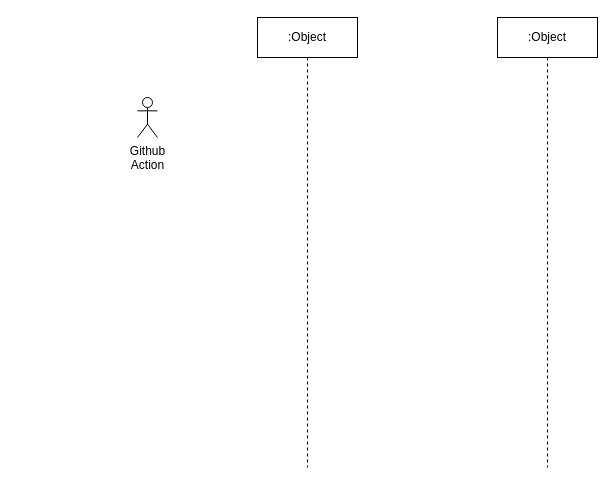
Earlier version of the draw.io diagram Astra Token Rotation.drawio (ncinco/DslApi). Source tidied: cells renumbered, new cells numbered last; positions are measured from the earlier drawing's top-left corner, leaving out a move shared by most shapes. Both pictures are drawn from the tidied source at 100%, with x=0, y=0 at pixel (137, 17).
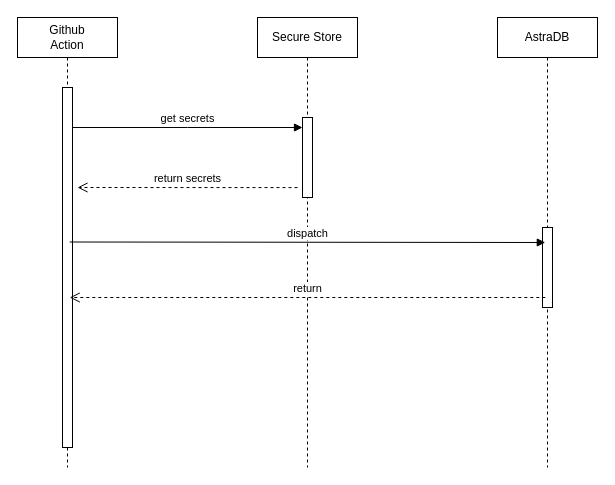
The same diagram, later.

Diff of the diagram source:
```diff
@@
 <mxGraphModel>
   <root>
     <mxCell id="0" />
     <mxCell id="1" parent="0" />
-    <mxCell id="2" value=":Object" style="shape=umlLifeline;perimeter=lifelinePerimeter;whiteSpace=wrap;html=1;outlineConnect=0;portConstraint=eastwest;newEdgeStyle={&quot;edgeStyle&quot;:&quot;elbowEdgeStyle&quot;,&quot;elbow&quot;:&quot;vertical&quot;,&quot;curved&quot;:0,&quot;rounded&quot;:0};" parent="1" vertex="1">
+    <mxCell id="2" value="Secure Store" style="shape=umlLifeline;perimeter=lifelinePerimeter;whiteSpace=wrap;html=1;outlineConnect=0;portConstraint=eastwest;newEdgeStyle={&quot;edgeStyle&quot;:&quot;elbowEdgeStyle&quot;,&quot;elbow&quot;:&quot;vertical&quot;,&quot;curved&quot;:0,&quot;rounded&quot;:0};" parent="1" vertex="1">
       <mxGeometry x="120" width="100" height="450" as="geometry" />
     </mxCell>
+    <mxCell id="5" style="html=1;perimeter=orthogonalPerimeter;targetShapes=umlLifeline;newEdgeStyle={&quot;edgeStyle&quot;:&quot;elbowEdgeStyle&quot;,&quot;elbow&quot;:&quot;vertical&quot;,&quot;curved&quot;:0,&quot;rounded&quot;:0};" parent="2" vertex="1">
+      <mxGeometry x="45" y="100" width="10" height="80" as="geometry" />
+    </mxCell>
+    <mxCell id="4" value="AstraDB" style="shape=umlLifeline;perimeter=lifelinePerimeter;whiteSpace=wrap;html=1;newEdgeStyle={&quot;edgeStyle&quot;:&quot;elbowEdgeStyle&quot;,&quot;elbow&quot;:&quot;vertical&quot;,&quot;curved&quot;:0,&quot;rounded&quot;:0};" parent="1" vertex="1">
+      <mxGeometry x="360" width="100" height="450" as="geometry" />
+    </mxCell>
+    <mxCell id="6" style="html=1;perimeter=orthogonalPerimeter;targetShapes=umlLifeline;newEdgeStyle={&quot;edgeStyle&quot;:&quot;elbowEdgeStyle&quot;,&quot;elbow&quot;:&quot;vertical&quot;,&quot;curved&quot;:0,&quot;rounded&quot;:0};" parent="4" vertex="1">
+      <mxGeometry x="45" y="210" width="10" height="80" as="geometry" />
+    </mxCell>
-    <mxCell id="3" value="Github&lt;br&gt;Action" style="shape=umlActor;verticalLabelPosition=bottom;verticalAlign=top;html=1;" parent="1" vertex="1">
-      <mxGeometry y="80" width="20" height="40" as="geometry" />
+    <mxCell id="3" value="Github&lt;br&gt;Action" style="shape=umlLifeline;perimeter=lifelinePerimeter;whiteSpace=wrap;html=1;newEdgeStyle={&quot;edgeStyle&quot;:&quot;elbowEdgeStyle&quot;,&quot;elbow&quot;:&quot;vertical&quot;,&quot;curved&quot;:0,&quot;rounded&quot;:0};" parent="1" vertex="1">
+      <mxGeometry x="-120" width="100" height="450" as="geometry" />
     </mxCell>
-    <mxCell id="4" value=":Object" style="shape=umlLifeline;perimeter=lifelinePerimeter;whiteSpace=wrap;html=1;newEdgeStyle={&quot;edgeStyle&quot;:&quot;elbowEdgeStyle&quot;,&quot;elbow&quot;:&quot;vertical&quot;,&quot;curved&quot;:0,&quot;rounded&quot;:0};" parent="1" vertex="1">
-      <mxGeometry x="360" width="100" height="450" as="geometry" />
-    </mxCell>
+    <mxCell id="7" style="html=1;points=[];perimeter=orthogonalPerimeter;outlineConnect=0;targetShapes=umlLifeline;portConstraint=eastwest;newEdgeStyle={&quot;edgeStyle&quot;:&quot;elbowEdgeStyle&quot;,&quot;elbow&quot;:&quot;vertical&quot;,&quot;curved&quot;:0,&quot;rounded&quot;:0};" parent="3" vertex="1">
+      <mxGeometry x="45" y="70" width="10" height="360" as="geometry" />
+    </mxCell>
+    <mxCell id="8" value="get secrets" style="html=1;verticalAlign=bottom;endArrow=block;edgeStyle=elbowEdgeStyle;elbow=vertical;curved=0;rounded=0;" parent="1" edge="1" source="7">
+      <mxGeometry relative="1" as="geometry">
+        <mxPoint x="165" y="110" as="targetPoint" />
+      </mxGeometry>
+    </mxCell>
+    <mxCell id="9" value="return secrets" style="html=1;verticalAlign=bottom;endArrow=open;dashed=1;endSize=8;edgeStyle=elbowEdgeStyle;elbow=vertical;curved=0;rounded=0;exitX=0.4;exitY=0.378;exitDx=0;exitDy=0;exitPerimeter=0;" parent="1" edge="1" source="2">
+      <mxGeometry relative="1" as="geometry">
+        <mxPoint x="-60" y="170" as="targetPoint" />
+      </mxGeometry>
+    </mxCell>
+    <mxCell id="10" value="dispatch" style="html=1;verticalAlign=bottom;endArrow=block;edgeStyle=elbowEdgeStyle;elbow=vertical;curved=0;rounded=0;" parent="1" edge="1">
+      <mxGeometry relative="1" as="geometry">
+        <mxPoint x="-67.8" y="224.5" as="sourcePoint" />
+        <mxPoint x="407.8" y="224.5" as="targetPoint" />
+      </mxGeometry>
+    </mxCell>
+    <mxCell id="11" value="return" style="html=1;verticalAlign=bottom;endArrow=open;dashed=1;endSize=8;edgeStyle=elbowEdgeStyle;elbow=vertical;curved=0;rounded=0;" parent="1" edge="1">
+      <mxGeometry relative="1" as="geometry">
+        <mxPoint x="407.8" y="280" as="sourcePoint" />
+        <mxPoint x="-67.8" y="280" as="targetPoint" />
+      </mxGeometry>
+    </mxCell>
   </root>
 </mxGraphModel>
```
